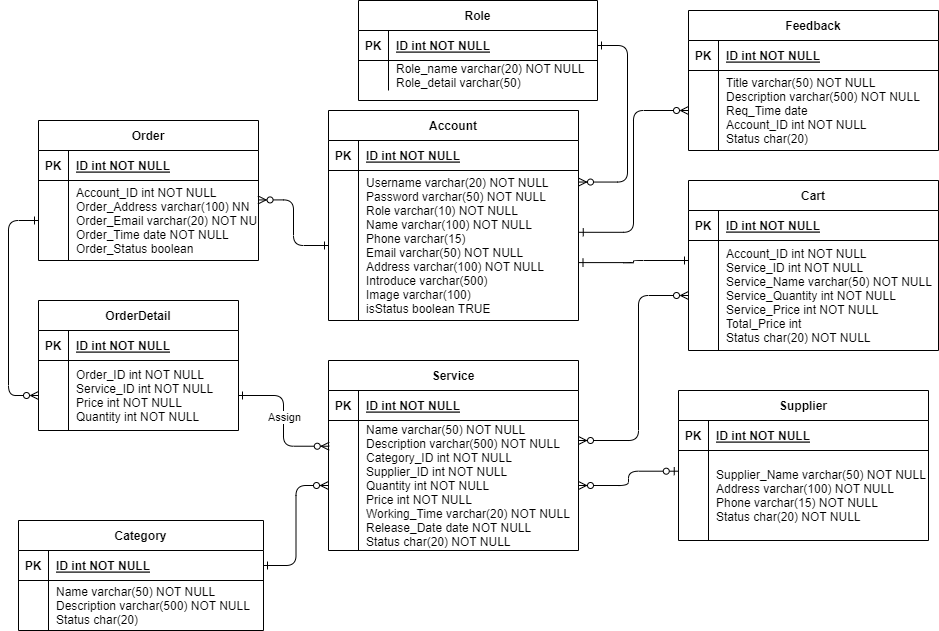
Earlier version of the draw.io export Documents/eButler ERD.drawio.png (huukhang20/SWP391). Source tidied: cells renumbered, new cells last; positions are measured from the earlier drawing's top-left corner, leaving out a move shared by most shapes.
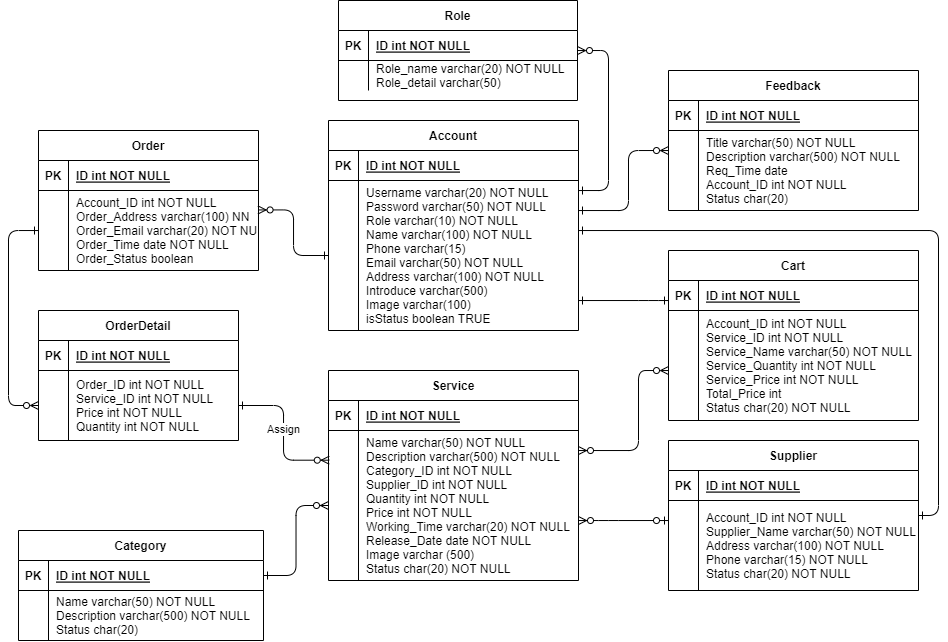
Above is the later version.

Commit message:
Add file Database + update ERD

The edit, as a diff of the source:
```diff
@@ -24,7 +24,7 @@
       <mxGeometry x="30" width="220" height="150" as="geometry" />
     </mxCell>
     <mxCell id="9" value="Role" style="shape=table;startSize=30;rowLines=0;fontStyle=1;align=center;" parent="1" vertex="1">
-      <mxGeometry x="350" width="239" height="100" as="geometry" />
+      <mxGeometry x="330" y="-10" width="239" height="100" as="geometry" />
     </mxCell>
     <mxCell id="10" style="shape=partialRectangle;fillColor=none;points=[[0,0.5],[1,0.5]];portConstraint=eastwest;top=0;left=0;right=0;bottom=1;" parent="9" vertex="1">
       <mxGeometry y="30" width="239" height="30" as="geometry" />
@@ -45,7 +45,7 @@
       <mxGeometry x="30" width="209" height="30" as="geometry" />
     </mxCell>
     <mxCell id="16" value="Service" style="shape=table;startSize=30;rowLines=0;fontStyle=1;align=center;" parent="1" vertex="1">
-      <mxGeometry x="320" y="360" width="250" height="190" as="geometry" />
+      <mxGeometry x="320" y="360" width="250" height="210" as="geometry" />
     </mxCell>
     <mxCell id="17" style="shape=partialRectangle;fillColor=none;top=0;left=0;right=0;bottom=1;" parent="16" vertex="1">
       <mxGeometry y="30" width="250" height="30" as="geometry" />
@@ -57,16 +57,16 @@
       <mxGeometry x="30" width="220" height="30" as="geometry" />
     </mxCell>
     <mxCell id="20" style="shape=partialRectangle;fillColor=none;points=[[0,0.5],[1,0.5]];portConstraint=eastwest;top=0;left=0;right=0;bottom=0;" parent="16" vertex="1">
-      <mxGeometry y="60" width="250" height="130" as="geometry" />
+      <mxGeometry y="60" width="250" height="150" as="geometry" />
     </mxCell>
     <mxCell id="21" style="shape=partialRectangle;overflow=hidden;fillColor=none;top=0;left=0;bottom=0;right=0;" parent="20" vertex="1">
-      <mxGeometry width="30" height="130" as="geometry" />
+      <mxGeometry width="30" height="150" as="geometry" />
     </mxCell>
-    <mxCell id="22" value="Name varchar(50) NOT NULL&#10;Description varchar(500) NOT NULL&#10;Category_ID int NOT NULL&#10;Supplier_ID int NOT NULL&#10;Quantity int NOT NULL&#10;Price int NOT NULL&#10;Working_Time varchar(20) NOT NULL&#10;Release_Date date NOT NULL&#10;Status char(20) NOT NULL" style="shape=partialRectangle;overflow=hidden;fillColor=none;top=0;left=0;bottom=0;right=0;align=left;spacingLeft=6;" parent="20" vertex="1">
-      <mxGeometry x="30" width="220" height="130" as="geometry" />
+    <mxCell id="22" value="Name varchar(50) NOT NULL&#10;Description varchar(500) NOT NULL&#10;Category_ID int NOT NULL&#10;Supplier_ID int NOT NULL&#10;Quantity int NOT NULL&#10;Price int NOT NULL&#10;Working_Time varchar(20) NOT NULL&#10;Release_Date date NOT NULL&#10;Image varchar (500)&#10;Status char(20) NOT NULL" style="shape=partialRectangle;overflow=hidden;fillColor=none;top=0;left=0;bottom=0;right=0;align=left;spacingLeft=6;" parent="20" vertex="1">
+      <mxGeometry x="30" width="220" height="150" as="geometry" />
     </mxCell>
     <mxCell id="23" value="Cart" style="shape=table;startSize=30;rowLines=0;fontStyle=1;align=center;" parent="1" vertex="1">
-      <mxGeometry x="680" y="180" width="250" height="170" as="geometry" />
+      <mxGeometry x="660" y="240" width="250" height="170" as="geometry" />
     </mxCell>
     <mxCell id="24" style="shape=partialRectangle;fillColor=none;top=0;left=0;right=0;bottom=1;" parent="23" vertex="1">
       <mxGeometry y="30" width="250" height="30" as="geometry" />
@@ -137,22 +137,27 @@
     <mxCell id="46" value="Assign" style="edgeLabel;html=1;align=center;verticalAlign=middle;" parent="45" vertex="1">
       <mxGeometry x="-0.06" relative="1" as="geometry" />
     </mxCell>
-    <mxCell id="47" style="edgeStyle=entityRelationEdgeStyle;endArrow=ERzeroToMany;startArrow=ERone;endFill=0;startFill=0;entryX=1;entryY=0.077;entryDx=0;entryDy=0;entryPerimeter=0;" parent="1" edge="1" source="10" target="6">
-      <mxGeometry relative="1" as="geometry" />
-    </mxCell>
     <mxCell id="48" style="edgeStyle=orthogonalEdgeStyle;endArrow=ERzeroToMany;startArrow=ERone;endFill=1;startFill=0;entryX=0.998;entryY=0.243;entryDx=0;entryDy=0;entryPerimeter=0;" parent="1" edge="1" source="6" target="41">
       <mxGeometry relative="1" as="geometry" />
     </mxCell>
-    <mxCell id="49" style="edgeStyle=orthogonalEdgeStyle;endArrow=ERone;startArrow=ERone;endFill=0;startFill=0;entryX=1.002;entryY=0.614;entryDx=0;entryDy=0;entryPerimeter=0;" parent="1" edge="1" source="27" target="6">
+    <mxCell id="49" style="edgeStyle=orthogonalEdgeStyle;endArrow=ERone;startArrow=ERone;endFill=0;startFill=0;" parent="1" edge="1" source="23" target="2">
       <mxGeometry relative="1" as="geometry">
         <Array as="points">
-          <mxPoint x="625" y="260" />
-          <mxPoint x="625" y="262" />
+          <mxPoint x="640" y="290" />
+          <mxPoint x="640" y="290" />
         </Array>
       </mxGeometry>
     </mxCell>
+    <mxCell id="75" style="edgeStyle=orthogonalEdgeStyle;rounded=1;jettySize=auto;html=1;startArrow=ERone;startFill=0;endArrow=ERone;endFill=0;" parent="1" edge="1" source="50" target="6">
+      <mxGeometry relative="1" as="geometry">
+        <Array as="points">
+          <mxPoint x="930" y="505" />
+          <mxPoint x="930" y="220" />
+        </Array>
+      </mxGeometry>
+    </mxCell>
     <mxCell id="50" value="Supplier" style="shape=table;startSize=30;rowLines=0;fontStyle=1;align=center;" parent="1" vertex="1">
-      <mxGeometry x="670" y="390" width="250" height="150" as="geometry" />
+      <mxGeometry x="660" y="430" width="250" height="150" as="geometry" />
     </mxCell>
     <mxCell id="51" style="shape=partialRectangle;fillColor=none;top=0;left=0;right=0;bottom=1;" parent="50" vertex="1">
       <mxGeometry y="30" width="250" height="30" as="geometry" />
@@ -169,11 +174,11 @@
     <mxCell id="55" style="shape=partialRectangle;overflow=hidden;fillColor=none;top=0;left=0;bottom=0;right=0;" parent="54" vertex="1">
       <mxGeometry width="30" height="90" as="geometry" />
     </mxCell>
-    <mxCell id="56" value="Supplier_Name varchar(50) NOT NULL&#10;Address varchar(100) NOT NULL&#10;Phone varchar(15) NOT NULL&#10;Status char(20) NOT NULL" style="shape=partialRectangle;overflow=hidden;fillColor=none;top=0;left=0;bottom=0;right=0;align=left;spacingLeft=6;" parent="54" vertex="1">
+    <mxCell id="56" value="Account_ID int NOT NULL&#10;Supplier_Name varchar(50) NOT NULL&#10;Address varchar(100) NOT NULL&#10;Phone varchar(15) NOT NULL&#10;Status char(20) NOT NULL" style="shape=partialRectangle;overflow=hidden;fillColor=none;top=0;left=0;bottom=0;right=0;align=left;spacingLeft=6;" parent="54" vertex="1">
       <mxGeometry x="30" width="220" height="90" as="geometry" />
     </mxCell>
     <mxCell id="57" value="Feedback" style="shape=table;startSize=30;rowLines=0;fontStyle=1;align=center;" parent="1" vertex="1">
-      <mxGeometry x="680" y="10" width="250" height="140" as="geometry" />
+      <mxGeometry x="660" y="60" width="250" height="140" as="geometry" />
     </mxCell>
     <mxCell id="58" style="shape=partialRectangle;fillColor=none;top=0;left=0;right=0;bottom=1;" parent="57" vertex="1">
       <mxGeometry y="30" width="250" height="30" as="geometry" />
@@ -193,11 +198,21 @@
     <mxCell id="63" value="Title varchar(50) NOT NULL&#10;Description varchar(500) NOT NULL&#10;Req_Time date&#10;Account_ID int NOT NULL&#10;Status char(20)" style="shape=partialRectangle;overflow=hidden;fillColor=none;top=0;left=0;bottom=0;right=0;align=left;spacingLeft=6;" parent="61" vertex="1">
       <mxGeometry x="30" width="220" height="80" as="geometry" />
     </mxCell>
-    <mxCell id="64" style="edgeStyle=orthogonalEdgeStyle;endArrow=ERone;startArrow=ERzeroToMany;endFill=0;startFill=0;entryX=1.003;entryY=0.412;entryDx=0;entryDy=0;entryPerimeter=0;" parent="1" edge="1" source="61" target="6">
-      <mxGeometry relative="1" as="geometry" />
+    <mxCell id="64" style="edgeStyle=orthogonalEdgeStyle;endArrow=ERone;startArrow=ERzeroToMany;endFill=0;startFill=0;" parent="1" edge="1" source="61" target="6">
+      <mxGeometry relative="1" as="geometry">
+        <Array as="points">
+          <mxPoint x="620" y="140" />
+          <mxPoint x="620" y="200" />
+        </Array>
+      </mxGeometry>
     </mxCell>
-    <mxCell id="65" style="edgeStyle=orthogonalEdgeStyle;fontSize=12;html=1;endArrow=ERzeroToMany;startArrow=ERzeroToOne;rounded=1;exitX=-0.001;exitY=0.23;exitDx=0;exitDy=0;exitPerimeter=0;" parent="1" edge="1" source="54" target="20">
-      <mxGeometry relative="1" as="geometry" />
+    <mxCell id="65" style="edgeStyle=orthogonalEdgeStyle;fontSize=12;html=1;endArrow=ERzeroToMany;startArrow=ERzeroToOne;rounded=1;" parent="1" edge="1" source="50" target="16">
+      <mxGeometry relative="1" as="geometry">
+        <Array as="points">
+          <mxPoint x="600" y="510" />
+          <mxPoint x="600" y="510" />
+        </Array>
+      </mxGeometry>
     </mxCell>
     <mxCell id="66" value="OrderDetail" style="shape=table;startSize=30;rowLines=0;fontStyle=1;align=center;" parent="1" vertex="1">
       <mxGeometry x="30" y="300" width="200" height="130" as="geometry" />
@@ -228,13 +243,21 @@
         </Array>
       </mxGeometry>
     </mxCell>
-    <mxCell id="74" style="edgeStyle=orthogonalEdgeStyle;fontSize=12;html=1;endArrow=ERzeroToMany;startArrow=ERzeroToMany;rounded=1;startFill=0;" parent="1" edge="1" source="27" target="20">
+    <mxCell id="74" style="edgeStyle=orthogonalEdgeStyle;fontSize=12;html=1;endArrow=ERzeroToMany;startArrow=ERzeroToMany;rounded=1;startFill=0;" parent="1" edge="1" source="23" target="20">
       <mxGeometry relative="1" as="geometry">
         <Array as="points">
-          <mxPoint x="630" y="295" />
+          <mxPoint x="630" y="360" />
           <mxPoint x="630" y="440" />
         </Array>
       </mxGeometry>
     </mxCell>
+    <mxCell id="76" style="edgeStyle=orthogonalEdgeStyle;endArrow=ERone;startArrow=ERzeroToMany;endFill=0;startFill=0;" parent="1" edge="1" source="9" target="2">
+      <mxGeometry relative="1" as="geometry">
+        <Array as="points">
+          <mxPoint x="600" y="40" />
+          <mxPoint x="600" y="180" />
+        </Array>
+      </mxGeometry>
+    </mxCell>
   </root>
 </mxGraphModel>
```
